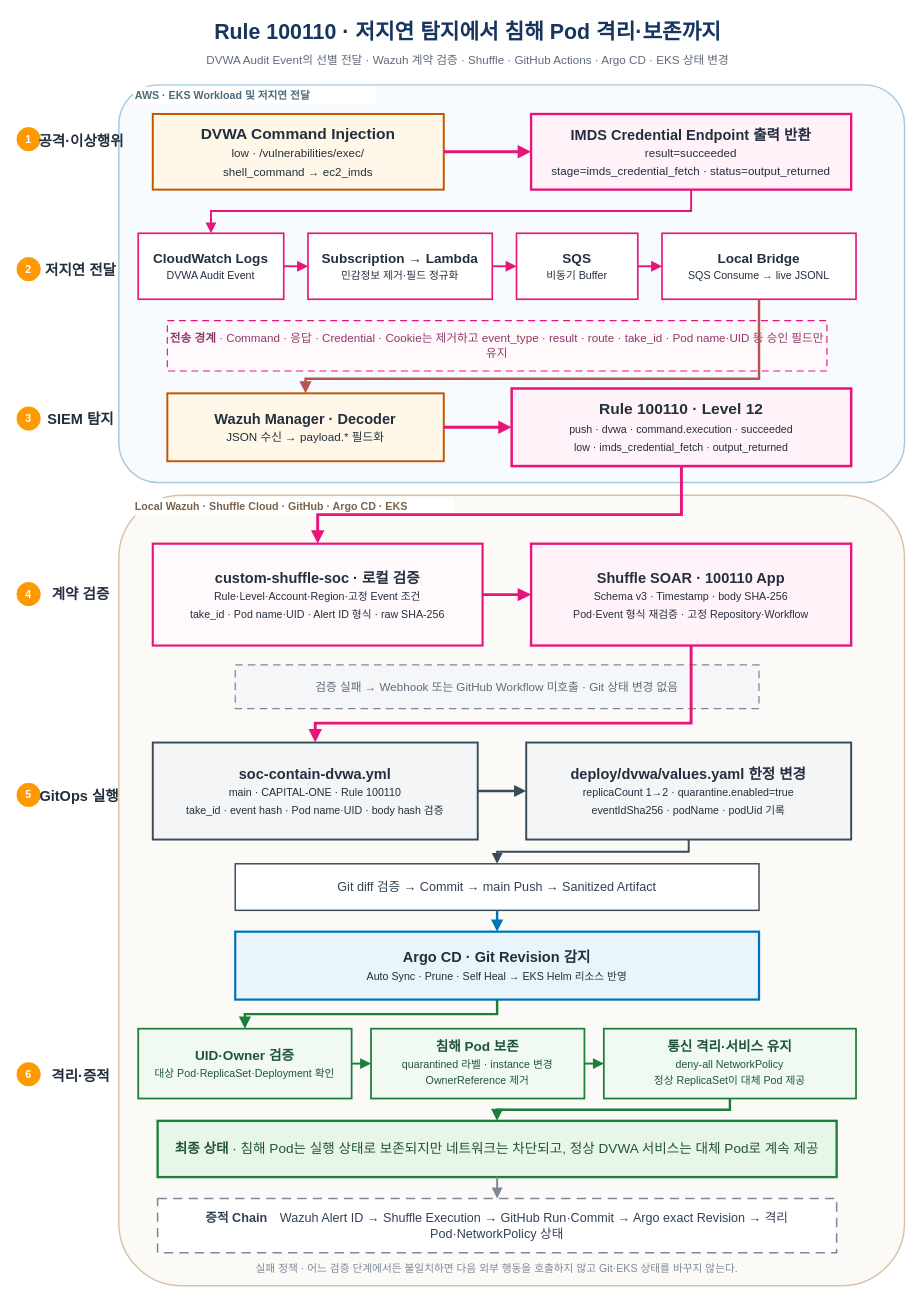
Above: page "3_100110 저지연 격리 상세" (3 of 4) of 20_팀 프로젝트/3차 프로젝트/노션_내보낸거/관제 올인원.drawio in Unoh03/Obsi3 (draw.io), before the change. Source tidied: cells renumbered, new cells numbered last; positions are measured from the earlier drawing's top-left corner, leaving out a move shared by most shapes. Both pictures are drawn from the tidied source at 97%, with x=0, y=0 at pixel (16, 16).
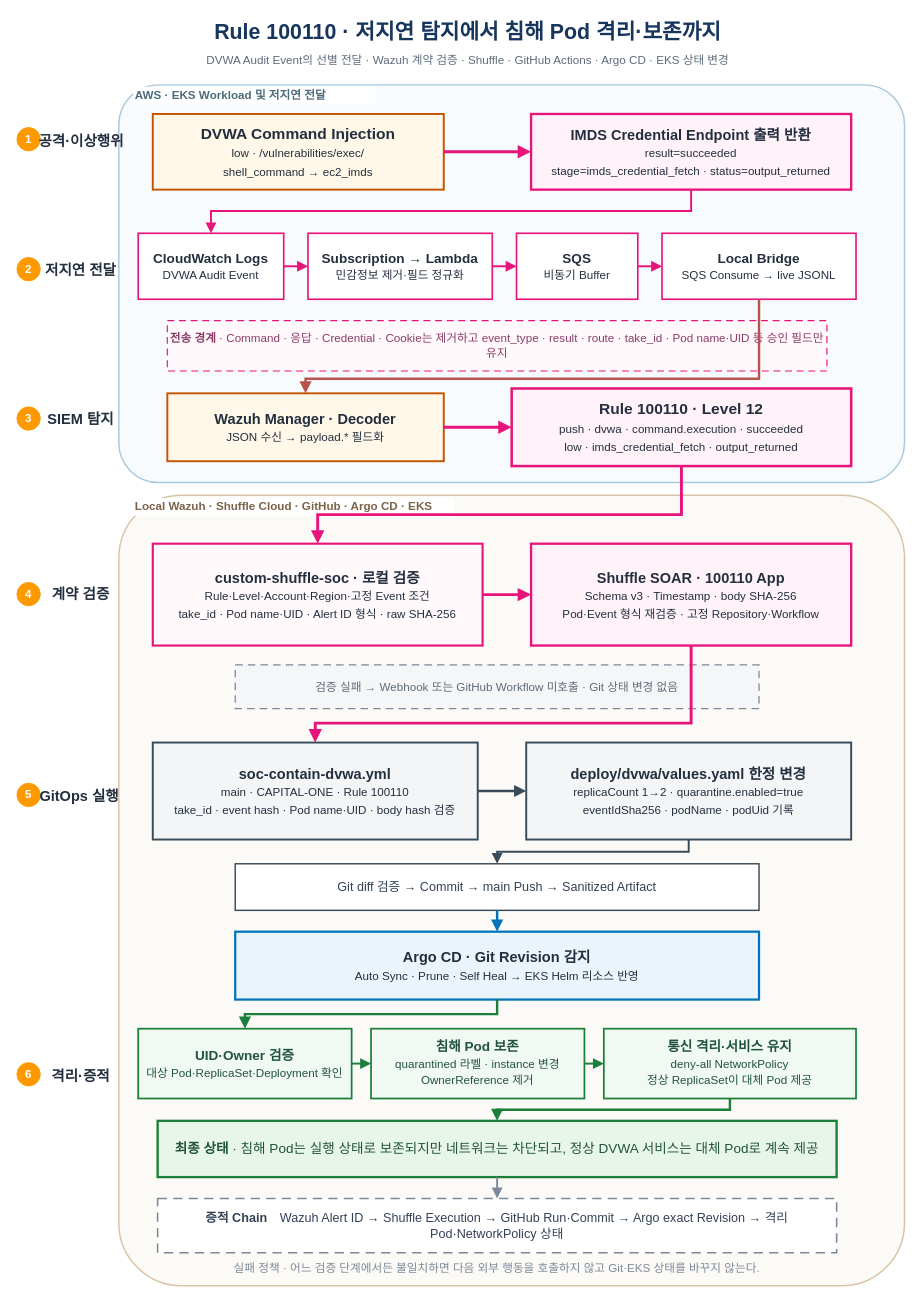
Above is the later version.

Commit message (it also covers changes not shown here):
Auto: 2026. 08. 26. 10:15:18 M 20_팀 프로젝트/3차 프로젝트/노션_내보낸거/관제 올인원.drawio

The edit, as a diff of the source:
```diff
@@
-    <mxCell id="5" value="AWS · EKS Workload 및 저지연 전달" style="html=1;whiteSpace=wrap;strokeColor=none;fillColor=#FFFFFF;align=left;verticalAlign=middle;fontColor=#4B6B7D;fontSize=11;fontStyle=1;" parent="1" vertex="1">
+    <mxCell id="5" value="AWS · EKS Workload 및 저지연 전달" style="html=1;whiteSpace=wrap;strokeColor=none;fillColor=#FFFFFF;align=left;verticalAlign=middle;fontColor=#4B6B7D;fontSize=12;fontStyle=1;" parent="1" vertex="1">
       <mxGeometry x="120" y="72" width="250" height="18" as="geometry" />
     </mxCell>
-    <mxCell id="6" value="1" style="ellipse;whiteSpace=wrap;html=1;fillColor=#FF9900;strokeColor=#FF9900;fontColor=#FFFFFF;fontSize=11;fontStyle=1;" parent="1" vertex="1">
+    <mxCell id="6" value="1" style="ellipse;whiteSpace=wrap;html=1;fillColor=#FF9900;strokeColor=#FF9900;fontColor=#FFFFFF;fontSize=12;fontStyle=1;" parent="1" vertex="1">
       <mxGeometry y="114" width="24" height="24" as="geometry" />
     </mxCell>
@@
-    <mxCell id="10" value="2" style="ellipse;whiteSpace=wrap;html=1;fillColor=#FF9900;strokeColor=#FF9900;fontColor=#FFFFFF;fontSize=11;fontStyle=1;" parent="1" vertex="1">
+    <mxCell id="10" value="2" style="ellipse;whiteSpace=wrap;html=1;fillColor=#FF9900;strokeColor=#FF9900;fontColor=#FFFFFF;fontSize=12;fontStyle=1;" parent="1" vertex="1">
       <mxGeometry y="248" width="24" height="24" as="geometry" />
     </mxCell>
@@
-    <mxCell id="12" value="&lt;b&gt;CloudWatch Logs&lt;/b&gt;&lt;br&gt;&lt;font style=&quot;font-size:11px;&quot;&gt;DVWA Audit Event&lt;/font&gt;" style="rounded=0;whiteSpace=wrap;html=1;fillColor=#FFFFFF;strokeColor=#E7157B;strokeWidth=1.7;fontColor=#232F3E;fontSize=14;align=center;verticalAlign=middle;" parent="1" vertex="1">
+    <mxCell id="12" value="&lt;b&gt;CloudWatch Logs&lt;/b&gt;&lt;br&gt;&lt;font style=&quot;font-size:12px;&quot;&gt;DVWA Audit Event&lt;/font&gt;" style="rounded=0;whiteSpace=wrap;html=1;fillColor=#FFFFFF;strokeColor=#E7157B;strokeWidth=1.7;fontColor=#232F3E;fontSize=14;align=center;verticalAlign=middle;" parent="1" vertex="1">
       <mxGeometry x="125" y="223" width="150" height="68" as="geometry" />
     </mxCell>
-    <mxCell id="13" value="&lt;b&gt;Subscription → Lambda&lt;/b&gt;&lt;br&gt;&lt;font style=&quot;font-size:11px;&quot;&gt;민감정보 제거·필드 정규화&lt;/font&gt;" style="rounded=0;whiteSpace=wrap;html=1;fillColor=#FFFFFF;strokeColor=#E7157B;strokeWidth=1.7;fontColor=#232F3E;fontSize=14;align=center;verticalAlign=middle;" parent="1" vertex="1">
+    <mxCell id="13" value="&lt;b&gt;Subscription → Lambda&lt;/b&gt;&lt;br&gt;&lt;font style=&quot;font-size:12px;&quot;&gt;민감정보 제거·필드 정규화&lt;/font&gt;" style="rounded=0;whiteSpace=wrap;html=1;fillColor=#FFFFFF;strokeColor=#E7157B;strokeWidth=1.7;fontColor=#232F3E;fontSize=14;align=center;verticalAlign=middle;" parent="1" vertex="1">
       <mxGeometry x="300" y="223" width="190" height="68" as="geometry" />
     </mxCell>
-    <mxCell id="14" value="&lt;b&gt;SQS&lt;/b&gt;&lt;br&gt;&lt;font style=&quot;font-size:11px;&quot;&gt;비동기 Buffer&lt;/font&gt;" style="rounded=0;whiteSpace=wrap;html=1;fillColor=#FFFFFF;strokeColor=#E7157B;strokeWidth=1.7;fontColor=#232F3E;fontSize=14;align=center;verticalAlign=middle;" parent="1" vertex="1">
+    <mxCell id="14" value="&lt;b&gt;SQS&lt;/b&gt;&lt;br&gt;&lt;font style=&quot;font-size:12px;&quot;&gt;비동기 Buffer&lt;/font&gt;" style="rounded=0;whiteSpace=wrap;html=1;fillColor=#FFFFFF;strokeColor=#E7157B;strokeWidth=1.7;fontColor=#232F3E;fontSize=14;align=center;verticalAlign=middle;" parent="1" vertex="1">
       <mxGeometry x="515" y="223" width="125" height="68" as="geometry" />
     </mxCell>
-    <mxCell id="15" value="&lt;b&gt;Local Bridge&lt;/b&gt;&lt;br&gt;&lt;font style=&quot;font-size:11px;&quot;&gt;SQS Consume → live JSONL&lt;/font&gt;" style="rounded=0;whiteSpace=wrap;html=1;fillColor=#FFFFFF;strokeColor=#E7157B;strokeWidth=1.7;fontColor=#232F3E;fontSize=14;align=center;verticalAlign=middle;" parent="1" vertex="1">
+    <mxCell id="15" value="&lt;b&gt;Local Bridge&lt;/b&gt;&lt;br&gt;&lt;font style=&quot;font-size:12px;&quot;&gt;SQS Consume → live JSONL&lt;/font&gt;" style="rounded=0;whiteSpace=wrap;html=1;fillColor=#FFFFFF;strokeColor=#E7157B;strokeWidth=1.7;fontColor=#232F3E;fontSize=14;align=center;verticalAlign=middle;" parent="1" vertex="1">
       <mxGeometry x="665" y="223" width="200" height="68" as="geometry" />
     </mxCell>
@@
-    <mxCell id="17" value="3" style="ellipse;whiteSpace=wrap;html=1;fillColor=#FF9900;strokeColor=#FF9900;fontColor=#FFFFFF;fontSize=11;fontStyle=1;" parent="1" vertex="1">
+    <mxCell id="17" value="3" style="ellipse;whiteSpace=wrap;html=1;fillColor=#FF9900;strokeColor=#FF9900;fontColor=#FFFFFF;fontSize=12;fontStyle=1;" parent="1" vertex="1">
       <mxGeometry y="402" width="24" height="24" as="geometry" />
     </mxCell>
@@
-    <mxCell id="20" value="&lt;b&gt;Rule 100110 · Level 12&lt;/b&gt;&lt;br&gt;&lt;font style=&quot;font-size:11px;&quot;&gt;push · dvwa · command.execution · succeeded&lt;br&gt;low · imds_credential_fetch · output_returned&lt;/font&gt;" style="rounded=0;whiteSpace=wrap;html=1;fillColor=#FFF2F8;strokeColor=#E7157B;strokeWidth=2.6;fontColor=#232F3E;fontSize=16;align=center;verticalAlign=middle;" parent="1" vertex="1">
+    <mxCell id="20" value="&lt;b&gt;Rule 100110 · Level 12&lt;/b&gt;&lt;br&gt;&lt;font style=&quot;font-size:12px;&quot;&gt;push · dvwa · command.execution · succeeded&lt;br&gt;low · imds_credential_fetch · output_returned&lt;/font&gt;" style="rounded=0;whiteSpace=wrap;html=1;fillColor=#FFF2F8;strokeColor=#E7157B;strokeWidth=2.6;fontColor=#232F3E;fontSize=16;align=center;verticalAlign=middle;" parent="1" vertex="1">
       <mxGeometry x="510" y="383" width="350" height="80" as="geometry" />
     </mxCell>
@@
-    <mxCell id="22" value="Local Wazuh · Shuffle Cloud · GitHub · Argo CD · EKS" style="html=1;whiteSpace=wrap;strokeColor=none;fillColor=#FFFFFF;align=left;verticalAlign=middle;fontColor=#7A6348;fontSize=11;fontStyle=1;" parent="1" vertex="1">
+    <mxCell id="22" value="Local Wazuh · Shuffle Cloud · GitHub · Argo CD · EKS" style="html=1;whiteSpace=wrap;strokeColor=none;fillColor=#FFFFFF;align=left;verticalAlign=middle;fontColor=#7A6348;fontSize=12;fontStyle=1;" parent="1" vertex="1">
       <mxGeometry x="120" y="496" width="330" height="18" as="geometry" />
     </mxCell>
-    <mxCell id="23" value="4" style="ellipse;whiteSpace=wrap;html=1;fillColor=#FF9900;strokeColor=#FF9900;fontColor=#FFFFFF;fontSize=11;fontStyle=1;" parent="1" vertex="1">
+    <mxCell id="23" value="4" style="ellipse;whiteSpace=wrap;html=1;fillColor=#FF9900;strokeColor=#FF9900;fontColor=#FFFFFF;fontSize=12;fontStyle=1;" parent="1" vertex="1">
       <mxGeometry y="583" width="24" height="24" as="geometry" />
     </mxCell>
@@
-    <mxCell id="25" value="&lt;b&gt;custom-shuffle-soc · 로컬 검증&lt;/b&gt;&lt;br&gt;&lt;font style=&quot;font-size:11px;&quot;&gt;Rule·Level·Account·Region·고정 Event 조건&lt;br&gt;take_id · Pod name·UID · Alert ID 형식 · raw SHA-256&lt;/font&gt;" style="rounded=0;whiteSpace=wrap;html=1;fillColor=#FFF9FC;strokeColor=#E7157B;strokeWidth=2.2;fontColor=#232F3E;fontSize=15;align=center;verticalAlign=middle;" parent="1" vertex="1">
+    <mxCell id="25" value="&lt;b&gt;custom-shuffle-soc · 로컬 검증&lt;/b&gt;&lt;br&gt;&lt;font style=&quot;font-size:12px;&quot;&gt;Rule·Level·Account·Region·고정 Event 조건&lt;br&gt;take_id · Pod name·UID · Alert ID 형식 · raw SHA-256&lt;/font&gt;" style="rounded=0;whiteSpace=wrap;html=1;fillColor=#FFF9FC;strokeColor=#E7157B;strokeWidth=2.2;fontColor=#232F3E;fontSize=15;align=center;verticalAlign=middle;" parent="1" vertex="1">
       <mxGeometry x="140" y="543" width="340" height="105" as="geometry" />
     </mxCell>
-    <mxCell id="26" value="&lt;b&gt;Shuffle SOAR · 100110 App&lt;/b&gt;&lt;br&gt;&lt;font style=&quot;font-size:11px;&quot;&gt;Schema v3 · Timestamp · body SHA-256&lt;br&gt;Pod·Event 형식 재검증 · 고정 Repository·Workflow&lt;/font&gt;" style="rounded=0;whiteSpace=wrap;html=1;fillColor=#FFF2F8;strokeColor=#E7157B;strokeWidth=2.4;fontColor=#232F3E;fontSize=15;align=center;verticalAlign=middle;" parent="1" vertex="1">
+    <mxCell id="26" value="&lt;b&gt;Shuffle SOAR · 100110 App&lt;/b&gt;&lt;br&gt;&lt;font style=&quot;font-size:12px;&quot;&gt;Schema v3 · Timestamp · body SHA-256&lt;br&gt;Pod·Event 형식 재검증 · 고정 Repository·Workflow&lt;/font&gt;" style="rounded=0;whiteSpace=wrap;html=1;fillColor=#FFF2F8;strokeColor=#E7157B;strokeWidth=2.4;fontColor=#232F3E;fontSize=15;align=center;verticalAlign=middle;" parent="1" vertex="1">
       <mxGeometry x="530" y="543" width="330" height="105" as="geometry" />
     </mxCell>
@@
-    <mxCell id="28" value="5" style="ellipse;whiteSpace=wrap;html=1;fillColor=#FF9900;strokeColor=#FF9900;fontColor=#FFFFFF;fontSize=11;fontStyle=1;" parent="1" vertex="1">
+    <mxCell id="28" value="5" style="ellipse;whiteSpace=wrap;html=1;fillColor=#FF9900;strokeColor=#FF9900;fontColor=#FFFFFF;fontSize=12;fontStyle=1;" parent="1" vertex="1">
       <mxGeometry y="790" width="24" height="24" as="geometry" />
     </mxCell>
@@
-    <mxCell id="30" value="&lt;b&gt;soc-contain-dvwa.yml&lt;/b&gt;&lt;br&gt;&lt;font style=&quot;font-size:11px;&quot;&gt;main · CAPITAL-ONE · Rule 100110&lt;br&gt;take_id · event hash · Pod name·UID · body hash 검증&lt;/font&gt;" style="rounded=0;whiteSpace=wrap;html=1;fillColor=#F4F5F7;strokeColor=#394B59;strokeWidth=2;fontColor=#232F3E;fontSize=15;align=center;verticalAlign=middle;" parent="1" vertex="1">
+    <mxCell id="30" value="&lt;b&gt;soc-contain-dvwa.yml&lt;/b&gt;&lt;br&gt;&lt;font style=&quot;font-size:12px;&quot;&gt;main · CAPITAL-ONE · Rule 100110&lt;br&gt;take_id · event hash · Pod name·UID · body hash 검증&lt;/font&gt;" style="rounded=0;whiteSpace=wrap;html=1;fillColor=#F4F5F7;strokeColor=#394B59;strokeWidth=2;fontColor=#232F3E;fontSize=15;align=center;verticalAlign=middle;" parent="1" vertex="1">
       <mxGeometry x="140" y="748" width="335" height="100" as="geometry" />
     </mxCell>
-    <mxCell id="31" value="&lt;b&gt;deploy/dvwa/values.yaml 한정 변경&lt;/b&gt;&lt;br&gt;&lt;font style=&quot;font-size:11px;&quot;&gt;replicaCount 1→2 · quarantine.enabled=true&lt;br&gt;eventIdSha256 · podName · podUid 기록&lt;/font&gt;" style="rounded=0;whiteSpace=wrap;html=1;fillColor=#F4F5F7;strokeColor=#394B59;strokeWidth=2;fontColor=#232F3E;fontSize=15;align=center;verticalAlign=middle;" parent="1" vertex="1">
+    <mxCell id="31" value="&lt;b&gt;deploy/dvwa/values.yaml 한정 변경&lt;/b&gt;&lt;br&gt;&lt;font style=&quot;font-size:12px;&quot;&gt;replicaCount 1→2 · quarantine.enabled=true&lt;br&gt;eventIdSha256 · podName · podUid 기록&lt;/font&gt;" style="rounded=0;whiteSpace=wrap;html=1;fillColor=#F4F5F7;strokeColor=#394B59;strokeWidth=2;fontColor=#232F3E;fontSize=15;align=center;verticalAlign=middle;" parent="1" vertex="1">
       <mxGeometry x="525" y="748" width="335" height="100" as="geometry" />
     </mxCell>
@@
-    <mxCell id="33" value="&lt;b&gt;Argo CD · Git Revision 감지&lt;/b&gt;&lt;br&gt;&lt;font style=&quot;font-size:11px;&quot;&gt;Auto Sync · Prune · Self Heal → EKS Helm 리소스 반영&lt;/font&gt;" style="rounded=0;whiteSpace=wrap;html=1;fillColor=#EAF4FB;strokeColor=#0073BB;strokeWidth=2.3;fontColor=#232F3E;fontSize=15;align=center;verticalAlign=middle;" parent="1" vertex="1">
+    <mxCell id="33" value="&lt;b&gt;Argo CD · Git Revision 감지&lt;/b&gt;&lt;br&gt;&lt;font style=&quot;font-size:12px;&quot;&gt;Auto Sync · Prune · Self Heal → EKS Helm 리소스 반영&lt;/font&gt;" style="rounded=0;whiteSpace=wrap;html=1;fillColor=#EAF4FB;strokeColor=#0073BB;strokeWidth=2.3;fontColor=#232F3E;fontSize=15;align=center;verticalAlign=middle;" parent="1" vertex="1">
       <mxGeometry x="225" y="943" width="540" height="70" as="geometry" />
     </mxCell>
-    <mxCell id="34" value="6" style="ellipse;whiteSpace=wrap;html=1;fillColor=#FF9900;strokeColor=#FF9900;fontColor=#FFFFFF;fontSize=11;fontStyle=1;" parent="1" vertex="1">
+    <mxCell id="34" value="6" style="ellipse;whiteSpace=wrap;html=1;fillColor=#FF9900;strokeColor=#FF9900;fontColor=#FFFFFF;fontSize=12;fontStyle=1;" parent="1" vertex="1">
       <mxGeometry y="1078" width="24" height="24" as="geometry" />
     </mxCell>
@@
-    <mxCell id="36" value="&lt;b&gt;UID·Owner 검증&lt;/b&gt;&lt;br&gt;&lt;font style=&quot;font-size:11px;&quot;&gt;대상 Pod·ReplicaSet·Deployment 확인&lt;/font&gt;" style="rounded=0;whiteSpace=wrap;html=1;fillColor=#F0F9F2;strokeColor=#1B7F3A;strokeWidth=1.8;fontColor=#22543D;fontSize=14;align=center;verticalAlign=middle;" parent="1" vertex="1">
+    <mxCell id="36" value="&lt;b&gt;UID·Owner 검증&lt;/b&gt;&lt;br&gt;&lt;font style=&quot;font-size:12px;&quot;&gt;대상 Pod·ReplicaSet·Deployment 확인&lt;/font&gt;" style="rounded=0;whiteSpace=wrap;html=1;fillColor=#F0F9F2;strokeColor=#1B7F3A;strokeWidth=1.8;fontColor=#22543D;fontSize=14;align=center;verticalAlign=middle;" parent="1" vertex="1">
       <mxGeometry x="125" y="1043" width="220" height="72" as="geometry" />
     </mxCell>
-    <mxCell id="37" value="&lt;b&gt;침해 Pod 보존&lt;/b&gt;&lt;br&gt;&lt;font style=&quot;font-size:11px;&quot;&gt;quarantined 라벨 · instance 변경&lt;br&gt;OwnerReference 제거&lt;/font&gt;" style="rounded=0;whiteSpace=wrap;html=1;fillColor=#F0F9F2;strokeColor=#1B7F3A;strokeWidth=1.8;fontColor=#22543D;fontSize=14;align=center;verticalAlign=middle;" parent="1" vertex="1">
+    <mxCell id="37" value="&lt;b&gt;침해 Pod 보존&lt;/b&gt;&lt;br&gt;&lt;font style=&quot;font-size:12px;&quot;&gt;quarantined 라벨 · instance 변경&lt;br&gt;OwnerReference 제거&lt;/font&gt;" style="rounded=0;whiteSpace=wrap;html=1;fillColor=#F0F9F2;strokeColor=#1B7F3A;strokeWidth=1.8;fontColor=#22543D;fontSize=14;align=center;verticalAlign=middle;" parent="1" vertex="1">
       <mxGeometry x="365" y="1043" width="220" height="72" as="geometry" />
     </mxCell>
-    <mxCell id="38" value="&lt;b&gt;통신 격리·서비스 유지&lt;/b&gt;&lt;br&gt;&lt;font style=&quot;font-size:11px;&quot;&gt;deny-all NetworkPolicy&lt;br&gt;정상 ReplicaSet이 대체 Pod 제공&lt;/font&gt;" style="rounded=0;whiteSpace=wrap;html=1;fillColor=#F0F9F2;strokeColor=#1B7F3A;strokeWidth=1.8;fontColor=#22543D;fontSize=14;align=center;verticalAlign=middle;" parent="1" vertex="1">
+    <mxCell id="38" value="&lt;b&gt;통신 격리·서비스 유지&lt;/b&gt;&lt;br&gt;&lt;font style=&quot;font-size:12px;&quot;&gt;deny-all NetworkPolicy&lt;br&gt;정상 ReplicaSet이 대체 Pod 제공&lt;/font&gt;" style="rounded=0;whiteSpace=wrap;html=1;fillColor=#F0F9F2;strokeColor=#1B7F3A;strokeWidth=1.8;fontColor=#22543D;fontSize=14;align=center;verticalAlign=middle;" parent="1" vertex="1">
       <mxGeometry x="605" y="1043" width="260" height="72" as="geometry" />
     </mxCell>
@@
-    <mxCell id="41" value="실패 정책 · 어느 검증 단계에서든 불일치하면 다음 외부 행동을 호출하지 않고 Git·EKS 상태를 바꾸지 않는다." style="html=1;whiteSpace=wrap;strokeColor=none;fillColor=none;align=center;fontColor=#7D8998;fontSize=11;" parent="1" vertex="1">
+    <mxCell id="41" value="실패 정책 · 어느 검증 단계에서든 불일치하면 다음 외부 행동을 호출하지 않고 Git·EKS 상태를 바꾸지 않는다." style="html=1;whiteSpace=wrap;strokeColor=none;fillColor=none;align=center;fontColor=#7D8998;fontSize=12;" parent="1" vertex="1">
       <mxGeometry x="155" y="1278" width="680" height="24" as="geometry" />
     </mxCell>
```
